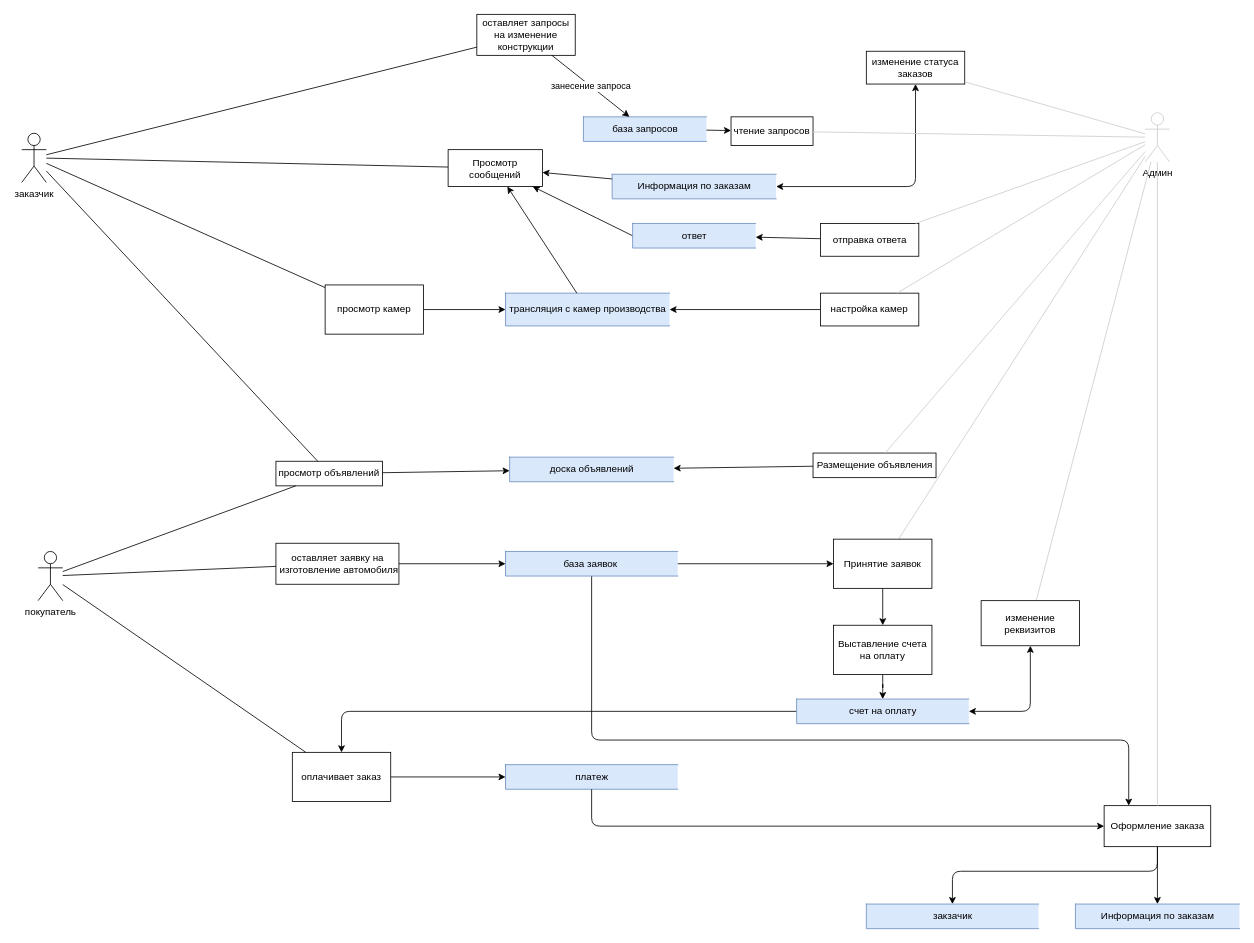
PashkoW/Repository1 keeps this draw.io diagram as page "Page-1" (1 of 2) of DIAGRAMS/DFD.drawio. Above is the earlier version. Source tidied: cells renumbered, new cells numbered last; positions are measured from the earlier drawing's top-left corner, leaving out a move shared by most shapes. Both pictures are drawn from the tidied source at 82%, with x=0, y=0 at pixel (21, 14).
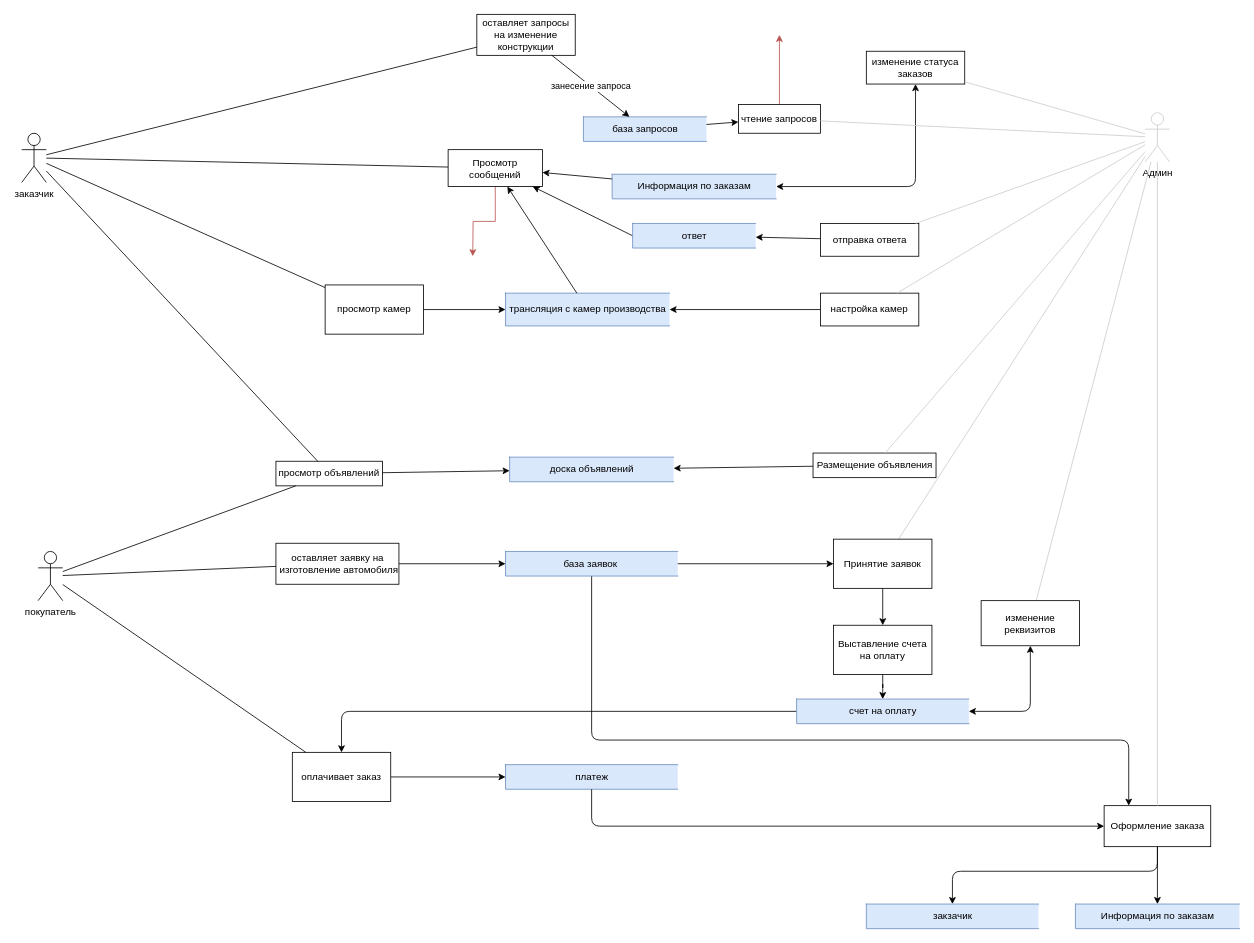
The same diagram, later.

The change refers to these unchanged cells:
```xml
<mxCell id="21" value="Просмотр сообщений" style="rounded=0;whiteSpace=wrap;html=1;" parent="1" vertex="1">
  <mxGeometry x="520" y="165" width="115" height="45" as="geometry" />
</mxCell>
```

Change to the diagram source:
```diff
@@
+    <mxCell id="68" style="edgeStyle=orthogonalEdgeStyle;rounded=0;jettySize=auto;html=1;fillColor=#f8cecc;strokeColor=#b85450;" parent="1" edge="1" source="12">
+      <mxGeometry relative="1" as="geometry">
+        <mxPoint x="924" y="25" as="targetPoint" />
+      </mxGeometry>
+    </mxCell>
     <mxCell id="12" value="чтение запросов" style="rounded=0;whiteSpace=wrap;html=1;" parent="1" vertex="1">
-      <mxGeometry x="865" y="125" width="100" height="35" as="geometry" />
+      <mxGeometry x="874" y="110" width="100" height="35" as="geometry" />
     </mxCell>
@@
+    <mxCell id="69" style="edgeStyle=orthogonalEdgeStyle;rounded=0;jettySize=auto;html=1;fillColor=#f8cecc;strokeColor=#b85450;" parent="1" edge="1" source="21">
+      <mxGeometry relative="1" as="geometry">
+        <mxPoint x="550" y="295" as="targetPoint" />
+      </mxGeometry>
+    </mxCell>
```
